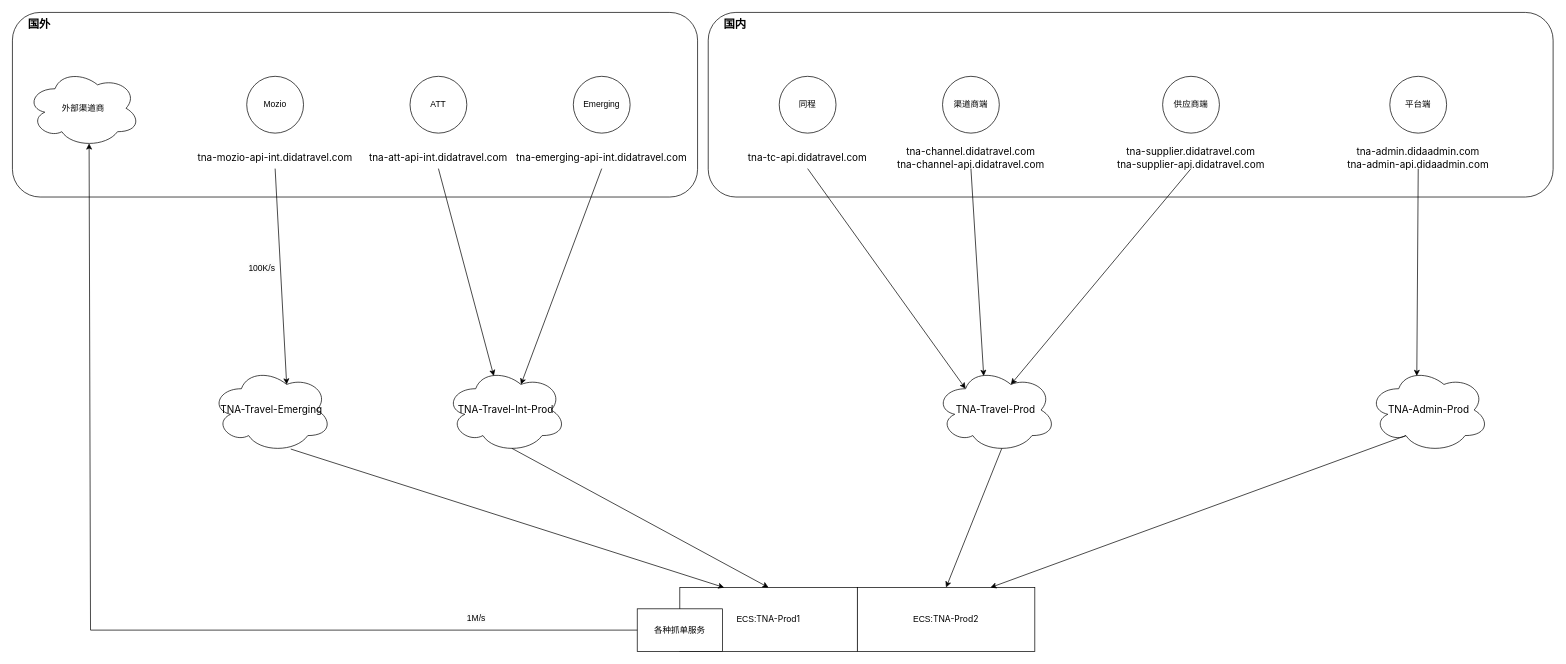
Above: images/网络拓扑图.drawio in youngsapling/kappak (draw.io), before the change. Source tidied: cells renumbered, new cells numbered last; positions are measured from the earlier drawing's top-left corner, leaving out a move shared by most shapes. Both pictures are drawn from the tidied source at 71%, with x=0, y=0 at pixel (12, 12).
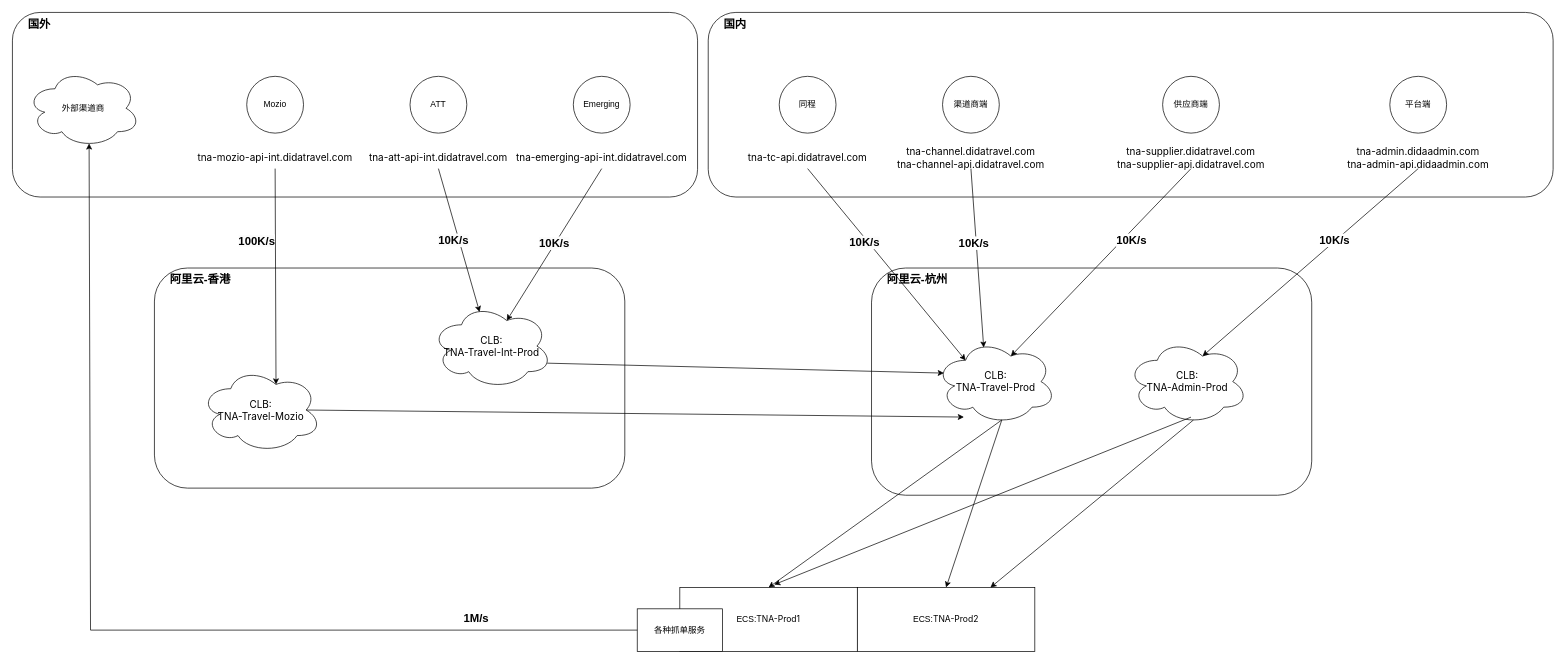
After the change.

Commit message:
更新网络拓扑图.drawio

The change refers to these unchanged cells:
```xml
<mxCell id="13" value="&lt;div style=&quot;font-size: 14px;&quot;&gt;&lt;div style=&quot;white-space: pre;&quot;&gt;&lt;span style=&quot;font-family: MonospacedNumber, LarkHackSafariFont, LarkEmojiFont, LarkChineseQuote, -apple-system, BlinkMacSystemFont, &amp;quot;Helvetica Neue&amp;quot;, Tahoma, &amp;quot;PingFang SC&amp;quot;, &amp;quot;Microsoft Yahei&amp;quot;, Arial, &amp;quot;Hiragino Sans GB&amp;quot;, sans-serif, &amp;quot;Apple Color Emoji&amp;quot;, &amp;quot;Segoe UI Emoji&amp;quot;, &amp;quot;Segoe UI Symbol&amp;quot;, &amp;quot;Noto Color Emoji&amp;quot;; background-color: initial;&quot;&gt;tna-admin&lt;/span&gt;&lt;span style=&quot;font-family: MonospacedNumber, LarkHackSafariFont, LarkEmojiFont, LarkChineseQuote, -apple-system, BlinkMacSystemFont, &amp;quot;Helvetica Neue&amp;quot;, Tahoma, &amp;quot;PingFang SC&amp;quot;, &amp;quot;Microsoft Yahei&amp;quot;, Arial, &amp;quot;Hiragino Sans GB&amp;quot;, sans-serif, &amp;quot;Apple Color Emoji&amp;quot;, &amp;quot;Segoe UI Emoji&amp;quot;, &amp;quot;Segoe UI Symbol&amp;quot;, &amp;quot;Noto Color Emoji&amp;quot;;&quot;&gt;.&lt;/span&gt;&lt;span style=&quot;font-family: MonospacedNumber, LarkHackSafariFont, LarkEmojiFont, LarkChineseQuote, -apple-system, BlinkMacSystemFont, &amp;quot;Helvetica Neue&amp;quot;, Tahoma, &amp;quot;PingFang SC&amp;quot;, &amp;quot;Microsoft Yahei&amp;quot;, Arial, &amp;quot;Hiragino Sans GB&amp;quot;, sans-serif, &amp;quot;Apple Color Emoji&amp;quot;, &amp;quot;Segoe UI Emoji&amp;quot;, &amp;quot;Segoe UI Symbol&amp;quot;, &amp;quot;Noto Color Emoji&amp;quot;;&quot;&gt;didaadmin.com&lt;/span&gt;&lt;/div&gt;&lt;div style=&quot;white-space: pre;&quot;&gt;&lt;div&gt;&lt;span style=&quot;font-family: MonospacedNumber, LarkHackSafariFont, LarkEmojiFont, LarkChineseQuote, -apple-system, BlinkMacSystemFont, &amp;quot;Helvetica Neue&amp;quot;, Tahoma, &amp;quot;PingFang SC&amp;quot;, &amp;quot;Microsoft Yahei&amp;quot;, Arial, &amp;quot;Hiragino Sans GB&amp;quot;, sans-serif, &amp;quot;Apple Color Emoji&amp;quot;, &amp;quot;Segoe UI Emoji&amp;quot;, &amp;quot;Segoe UI Symbol&amp;quot;, &amp;quot;Noto Color Emoji&amp;quot;; background-color: initial;&quot;&gt;tna-admin-api&lt;/span&gt;&lt;span style=&quot;font-family: MonospacedNumber, LarkHackSafariFont, LarkEmojiFont, LarkChineseQuote, -apple-system, BlinkMacSystemFont, &amp;quot;Helvetica Neue&amp;quot;, Tahoma, &amp;quot;PingFang SC&amp;quot;, &amp;quot;Microsoft Yahei&amp;quot;, Arial, &amp;quot;Hiragino Sans GB&amp;quot;, sans-serif, &amp;quot;Apple Color Emoji&amp;quot;, &amp;quot;Segoe UI Emoji&amp;quot;, &amp;quot;Segoe UI Symbol&amp;quot;, &amp;quot;Noto Color Emoji&amp;quot;;&quot;&gt;.&lt;/span&gt;&lt;span style=&quot;font-family: MonospacedNumber, LarkHackSafariFont, LarkEmojiFont, LarkChineseQuote, -apple-system, BlinkMacSystemFont, &amp;quot;Helvetica Neue&amp;quot;, Tahoma, &amp;quot;PingFang SC&amp;quot;, &amp;quot;Microsoft Yahei&amp;quot;, Arial, &amp;quot;Hiragino Sans GB&amp;quot;, sans-serif, &amp;quot;Apple Color Emoji&amp;quot;, &amp;quot;Segoe UI Emoji&amp;quot;, &amp;quot;Segoe UI Symbol&amp;quot;, &amp;quot;Noto Color Emoji&amp;quot;;&quot;&gt;didaadmin.com&lt;/span&gt;&lt;/div&gt;&lt;/div&gt;&lt;/div&gt;" style="text;html=1;align=center;verticalAlign=middle;whiteSpace=wrap;rounded=0;" parent="1" vertex="1">
  <mxGeometry x="1875" y="190" width="210" height="30" as="geometry" />
</mxCell>
<mxCell id="23" style="endArrow=classic;html=1;rounded=0;exitX=0.5;exitY=1;exitDx=0;exitDy=0;entryX=0.4;entryY=0.1;entryDx=0;entryDy=0;entryPerimeter=0;" parent="1" edge="1" source="11" target="19">
  <mxGeometry relative="1" as="geometry" />
</mxCell>
<mxCell id="27" style="endArrow=classic;html=1;rounded=0;exitX=0.5;exitY=1;exitDx=0;exitDy=0;entryX=0.625;entryY=0.2;entryDx=0;entryDy=0;entryPerimeter=0;" parent="1" edge="1" source="17" target="29">
  <mxGeometry relative="1" as="geometry" />
</mxCell>
<mxCell id="30" value="ECS:&lt;span style=&quot;font-family: -apple-system, BlinkMacSystemFont, &amp;quot;Segoe UI&amp;quot;, &amp;quot;PingFang SC&amp;quot;, &amp;quot;Hiragino Sans GB&amp;quot;, &amp;quot;Microsoft YaHei&amp;quot;, &amp;quot;Helvetica Neue&amp;quot;, Helvetica, Arial, sans-serif; text-align: start; white-space: pre;&quot;&gt;TNA-Prod1&lt;/span&gt;" style="rounded=0;whiteSpace=wrap;html=1;" parent="1" vertex="1">
  <mxGeometry x="940" y="810" width="250" height="90" as="geometry" />
</mxCell>
<mxCell id="31" value="ECS:&lt;span style=&quot;font-family: -apple-system, BlinkMacSystemFont, &amp;quot;Segoe UI&amp;quot;, &amp;quot;PingFang SC&amp;quot;, &amp;quot;Hiragino Sans GB&amp;quot;, &amp;quot;Microsoft YaHei&amp;quot;, &amp;quot;Helvetica Neue&amp;quot;, Helvetica, Arial, sans-serif; text-align: start; white-space: pre;&quot;&gt;TNA-Prod2&lt;/span&gt;" style="rounded=0;whiteSpace=wrap;html=1;" parent="1" vertex="1">
  <mxGeometry x="1190" y="810" width="250" height="90" as="geometry" />
</mxCell>
```

Change to the diagram source:
```diff
@@
+    <mxCell id="40" value="&lt;font style=&quot;font-size: 16px;&quot;&gt;&lt;b&gt;阿里云-杭州&lt;/b&gt;&lt;/font&gt;" style="rounded=1;whiteSpace=wrap;html=1;align=left;verticalAlign=top;spacingLeft=20;" parent="1" vertex="1">
+      <mxGeometry x="1210" y="360" width="620" height="320" as="geometry" />
+    </mxCell>
+    <mxCell id="41" value="&lt;font style=&quot;font-size: 16px;&quot;&gt;&lt;b&gt;阿里云-香港&lt;/b&gt;&lt;/font&gt;" style="rounded=1;whiteSpace=wrap;html=1;align=left;verticalAlign=top;spacingLeft=20;" parent="1" vertex="1">
+      <mxGeometry x="200" y="360" width="662.5" height="310" as="geometry" />
+    </mxCell>
@@
-    <mxCell id="18" value="&lt;div style=&quot;font-size: 14px;&quot;&gt;&lt;div style=&quot;white-space: pre;&quot;&gt;&lt;span style=&quot;font-family: MonospacedNumber, LarkHackSafariFont, LarkEmojiFont, LarkChineseQuote, -apple-system, BlinkMacSystemFont, &amp;quot;Helvetica Neue&amp;quot;, Tahoma, &amp;quot;PingFang SC&amp;quot;, &amp;quot;Microsoft Yahei&amp;quot;, Arial, &amp;quot;Hiragino Sans GB&amp;quot;, sans-serif, &amp;quot;Apple Color Emoji&amp;quot;, &amp;quot;Segoe UI Emoji&amp;quot;, &amp;quot;Segoe UI Symbol&amp;quot;, &amp;quot;Noto Color Emoji&amp;quot;;&quot;&gt;TNA-Admin-Prod&lt;/span&gt;&lt;/div&gt;&lt;/div&gt;" style="ellipse;shape=cloud;whiteSpace=wrap;html=1;" parent="1" vertex="1">
-      <mxGeometry x="1910" y="500" width="170" height="120" as="geometry" />
+    <mxCell id="18" value="&lt;div style=&quot;font-size: 14px;&quot;&gt;&lt;div style=&quot;white-space: pre;&quot;&gt;&lt;span style=&quot;font-family: MonospacedNumber, LarkHackSafariFont, LarkEmojiFont, LarkChineseQuote, -apple-system, BlinkMacSystemFont, &amp;quot;Helvetica Neue&amp;quot;, Tahoma, &amp;quot;PingFang SC&amp;quot;, &amp;quot;Microsoft Yahei&amp;quot;, Arial, &amp;quot;Hiragino Sans GB&amp;quot;, sans-serif, &amp;quot;Apple Color Emoji&amp;quot;, &amp;quot;Segoe UI Emoji&amp;quot;, &amp;quot;Segoe UI Symbol&amp;quot;, &amp;quot;Noto Color Emoji&amp;quot;;&quot;&gt;CLB:&lt;/span&gt;&lt;/div&gt;&lt;div style=&quot;white-space: pre;&quot;&gt;&lt;span style=&quot;font-family: MonospacedNumber, LarkHackSafariFont, LarkEmojiFont, LarkChineseQuote, -apple-system, BlinkMacSystemFont, &amp;quot;Helvetica Neue&amp;quot;, Tahoma, &amp;quot;PingFang SC&amp;quot;, &amp;quot;Microsoft Yahei&amp;quot;, Arial, &amp;quot;Hiragino Sans GB&amp;quot;, sans-serif, &amp;quot;Apple Color Emoji&amp;quot;, &amp;quot;Segoe UI Emoji&amp;quot;, &amp;quot;Segoe UI Symbol&amp;quot;, &amp;quot;Noto Color Emoji&amp;quot;;&quot;&gt;TNA-Admin-Prod&lt;/span&gt;&lt;/div&gt;&lt;/div&gt;" style="ellipse;shape=cloud;whiteSpace=wrap;html=1;" parent="1" vertex="1">
+      <mxGeometry x="1570" y="460" width="170" height="120" as="geometry" />
     </mxCell>
-    <mxCell id="19" value="&lt;div style=&quot;font-size: 14px;&quot;&gt;&lt;div style=&quot;white-space: pre;&quot;&gt;&lt;div&gt;&lt;div&gt;&lt;span style=&quot;font-family: MonospacedNumber, LarkHackSafariFont, LarkEmojiFont, LarkChineseQuote, -apple-system, BlinkMacSystemFont, &amp;quot;Helvetica Neue&amp;quot;, Tahoma, &amp;quot;PingFang SC&amp;quot;, &amp;quot;Microsoft Yahei&amp;quot;, Arial, &amp;quot;Hiragino Sans GB&amp;quot;, sans-serif, &amp;quot;Apple Color Emoji&amp;quot;, &amp;quot;Segoe UI Emoji&amp;quot;, &amp;quot;Segoe UI Symbol&amp;quot;, &amp;quot;Noto Color Emoji&amp;quot;;&quot;&gt;TNA-Travel-Prod&lt;/span&gt;&lt;/div&gt;&lt;/div&gt;&lt;/div&gt;&lt;/div&gt;" style="ellipse;shape=cloud;whiteSpace=wrap;html=1;" parent="1" vertex="1">
-      <mxGeometry x="1300" y="500" width="170" height="120" as="geometry" />
+    <mxCell id="19" value="&lt;div style=&quot;font-size: 14px;&quot;&gt;&lt;div style=&quot;white-space: pre;&quot;&gt;&lt;div&gt;&lt;div&gt;&lt;span style=&quot;font-family: MonospacedNumber, LarkHackSafariFont, LarkEmojiFont, LarkChineseQuote, -apple-system, BlinkMacSystemFont, &amp;quot;Helvetica Neue&amp;quot;, Tahoma, &amp;quot;PingFang SC&amp;quot;, &amp;quot;Microsoft Yahei&amp;quot;, Arial, &amp;quot;Hiragino Sans GB&amp;quot;, sans-serif, &amp;quot;Apple Color Emoji&amp;quot;, &amp;quot;Segoe UI Emoji&amp;quot;, &amp;quot;Segoe UI Symbol&amp;quot;, &amp;quot;Noto Color Emoji&amp;quot;;&quot;&gt;CLB:&lt;/span&gt;&lt;/div&gt;&lt;div&gt;&lt;span style=&quot;font-family: MonospacedNumber, LarkHackSafariFont, LarkEmojiFont, LarkChineseQuote, -apple-system, BlinkMacSystemFont, &amp;quot;Helvetica Neue&amp;quot;, Tahoma, &amp;quot;PingFang SC&amp;quot;, &amp;quot;Microsoft Yahei&amp;quot;, Arial, &amp;quot;Hiragino Sans GB&amp;quot;, sans-serif, &amp;quot;Apple Color Emoji&amp;quot;, &amp;quot;Segoe UI Emoji&amp;quot;, &amp;quot;Segoe UI Symbol&amp;quot;, &amp;quot;Noto Color Emoji&amp;quot;;&quot;&gt;TNA-Travel-Prod&lt;/span&gt;&lt;/div&gt;&lt;/div&gt;&lt;/div&gt;&lt;/div&gt;" style="ellipse;shape=cloud;whiteSpace=wrap;html=1;" parent="1" vertex="1">
+      <mxGeometry x="1300" y="460" width="170" height="120" as="geometry" />
     </mxCell>
-    <mxCell id="20" value="&lt;div style=&quot;font-size: 14px;&quot;&gt;&lt;div style=&quot;white-space: pre;&quot;&gt;&lt;div&gt;&lt;div&gt;&lt;div&gt;&lt;span style=&quot;font-family: MonospacedNumber, LarkHackSafariFont, LarkEmojiFont, LarkChineseQuote, -apple-system, BlinkMacSystemFont, &amp;quot;Helvetica Neue&amp;quot;, Tahoma, &amp;quot;PingFang SC&amp;quot;, &amp;quot;Microsoft Yahei&amp;quot;, Arial, &amp;quot;Hiragino Sans GB&amp;quot;, sans-serif, &amp;quot;Apple Color Emoji&amp;quot;, &amp;quot;Segoe UI Emoji&amp;quot;, &amp;quot;Segoe UI Symbol&amp;quot;, &amp;quot;Noto Color Emoji&amp;quot;;&quot;&gt;TNA-Travel-Int-Prod&lt;/span&gt;&lt;/div&gt;&lt;/div&gt;&lt;/div&gt;&lt;/div&gt;&lt;/div&gt;" style="ellipse;shape=cloud;whiteSpace=wrap;html=1;" parent="1" vertex="1">
-      <mxGeometry x="610" y="500" width="170" height="120" as="geometry" />
+    <mxCell id="20" value="&lt;div style=&quot;font-size: 14px;&quot;&gt;&lt;div style=&quot;white-space: pre;&quot;&gt;&lt;div&gt;&lt;div&gt;&lt;div&gt;&lt;span style=&quot;font-family: MonospacedNumber, LarkHackSafariFont, LarkEmojiFont, LarkChineseQuote, -apple-system, BlinkMacSystemFont, &amp;quot;Helvetica Neue&amp;quot;, Tahoma, &amp;quot;PingFang SC&amp;quot;, &amp;quot;Microsoft Yahei&amp;quot;, Arial, &amp;quot;Hiragino Sans GB&amp;quot;, sans-serif, &amp;quot;Apple Color Emoji&amp;quot;, &amp;quot;Segoe UI Emoji&amp;quot;, &amp;quot;Segoe UI Symbol&amp;quot;, &amp;quot;Noto Color Emoji&amp;quot;;&quot;&gt;CLB:&lt;/span&gt;&lt;/div&gt;&lt;div&gt;&lt;span style=&quot;font-family: MonospacedNumber, LarkHackSafariFont, LarkEmojiFont, LarkChineseQuote, -apple-system, BlinkMacSystemFont, &amp;quot;Helvetica Neue&amp;quot;, Tahoma, &amp;quot;PingFang SC&amp;quot;, &amp;quot;Microsoft Yahei&amp;quot;, Arial, &amp;quot;Hiragino Sans GB&amp;quot;, sans-serif, &amp;quot;Apple Color Emoji&amp;quot;, &amp;quot;Segoe UI Emoji&amp;quot;, &amp;quot;Segoe UI Symbol&amp;quot;, &amp;quot;Noto Color Emoji&amp;quot;;&quot;&gt;TNA-Travel-Int-Prod&lt;/span&gt;&lt;/div&gt;&lt;/div&gt;&lt;/div&gt;&lt;/div&gt;&lt;/div&gt;" style="ellipse;shape=cloud;whiteSpace=wrap;html=1;" parent="1" vertex="1">
+      <mxGeometry x="590" y="410" width="170" height="120" as="geometry" />
     </mxCell>
-    <mxCell id="21" style="endArrow=classic;html=1;rounded=0;exitX=0.5;exitY=1;exitDx=0;exitDy=0;entryX=0.4;entryY=0.1;entryDx=0;entryDy=0;entryPerimeter=0;" parent="1" edge="1" source="13" target="18">
+    <mxCell id="21" style="endArrow=classic;html=1;rounded=0;exitX=0.5;exitY=1;exitDx=0;exitDy=0;entryX=0.625;entryY=0.2;entryDx=0;entryDy=0;entryPerimeter=0;" parent="1" edge="1" source="13" target="18">
       <mxGeometry relative="1" as="geometry" />
     </mxCell>
@@
+    <mxCell id="42" value="10K/s" style="edgeLabel;html=1;align=center;verticalAlign=middle;fontSize=16;fontStyle=1;" parent="23" vertex="1">
+      <mxGeometry x="-0.22" y="-4" relative="1" as="geometry">
+        <mxPoint y="5" as="offset" />
+      </mxGeometry>
+    </mxCell>
@@
-    <mxCell id="28" value="&lt;span style=&quot;font-size: 12px; text-wrap: wrap; background-color: rgb(251, 251, 251);&quot;&gt;100K/s&lt;/span&gt;" style="edgeLabel;html=1;align=center;verticalAlign=middle;" parent="27" vertex="1">
+    <mxCell id="28" value="&lt;span style=&quot;font-size: 16px; text-wrap: wrap; background-color: rgb(251, 251, 251);&quot;&gt;100K/s&lt;/span&gt;" style="edgeLabel;html=1;align=center;verticalAlign=middle;fontSize=16;fontStyle=1;" parent="27" vertex="1">
       <mxGeometry x="-0.1" y="-3" relative="1" as="geometry">
-        <mxPoint x="-24" y="3" as="offset" />
+        <mxPoint x="-24" y="-36" as="offset" />
       </mxGeometry>
     </mxCell>
-    <mxCell id="29" value="&lt;div style=&quot;font-size: 14px;&quot;&gt;&lt;div style=&quot;white-space: pre;&quot;&gt;&lt;div&gt;&lt;div&gt;&lt;div&gt;&lt;span style=&quot;font-family: MonospacedNumber, LarkHackSafariFont, LarkEmojiFont, LarkChineseQuote, -apple-system, BlinkMacSystemFont, &amp;quot;Helvetica Neue&amp;quot;, Tahoma, &amp;quot;PingFang SC&amp;quot;, &amp;quot;Microsoft Yahei&amp;quot;, Arial, &amp;quot;Hiragino Sans GB&amp;quot;, sans-serif, &amp;quot;Apple Color Emoji&amp;quot;, &amp;quot;Segoe UI Emoji&amp;quot;, &amp;quot;Segoe UI Symbol&amp;quot;, &amp;quot;Noto Color Emoji&amp;quot;;&quot;&gt;TNA-Travel-Emerging&lt;/span&gt;&lt;/div&gt;&lt;/div&gt;&lt;/div&gt;&lt;/div&gt;&lt;/div&gt;" style="ellipse;shape=cloud;whiteSpace=wrap;html=1;" parent="1" vertex="1">
-      <mxGeometry x="280" y="500" width="170" height="120" as="geometry" />
+    <mxCell id="29" value="&lt;div style=&quot;font-size: 14px;&quot;&gt;&lt;div style=&quot;white-space: pre;&quot;&gt;&lt;div&gt;&lt;div&gt;&lt;div&gt;&lt;span style=&quot;font-family: MonospacedNumber, LarkHackSafariFont, LarkEmojiFont, LarkChineseQuote, -apple-system, BlinkMacSystemFont, &amp;quot;Helvetica Neue&amp;quot;, Tahoma, &amp;quot;PingFang SC&amp;quot;, &amp;quot;Microsoft Yahei&amp;quot;, Arial, &amp;quot;Hiragino Sans GB&amp;quot;, sans-serif, &amp;quot;Apple Color Emoji&amp;quot;, &amp;quot;Segoe UI Emoji&amp;quot;, &amp;quot;Segoe UI Symbol&amp;quot;, &amp;quot;Noto Color Emoji&amp;quot;;&quot;&gt;CLB:&lt;/span&gt;&lt;/div&gt;&lt;div&gt;&lt;span style=&quot;font-family: MonospacedNumber, LarkHackSafariFont, LarkEmojiFont, LarkChineseQuote, -apple-system, BlinkMacSystemFont, &amp;quot;Helvetica Neue&amp;quot;, Tahoma, &amp;quot;PingFang SC&amp;quot;, &amp;quot;Microsoft Yahei&amp;quot;, Arial, &amp;quot;Hiragino Sans GB&amp;quot;, sans-serif, &amp;quot;Apple Color Emoji&amp;quot;, &amp;quot;Segoe UI Emoji&amp;quot;, &amp;quot;Segoe UI Symbol&amp;quot;, &amp;quot;Noto Color Emoji&amp;quot;;&quot;&gt;TNA-Travel-Mozio&lt;/span&gt;&lt;/div&gt;&lt;/div&gt;&lt;/div&gt;&lt;/div&gt;&lt;/div&gt;" style="ellipse;shape=cloud;whiteSpace=wrap;html=1;" parent="1" vertex="1">
+      <mxGeometry x="265" y="500" width="170" height="120" as="geometry" />
     </mxCell>
@@
-    <mxCell id="32" style="endArrow=classic;html=1;rounded=0;exitX=0.659;exitY=0.958;exitDx=0;exitDy=0;exitPerimeter=0;entryX=0.25;entryY=0;entryDx=0;entryDy=0;" parent="1" edge="1" source="29" target="30">
-      <mxGeometry relative="1" as="geometry" />
-    </mxCell>
-    <mxCell id="33" style="endArrow=classic;html=1;rounded=0;exitX=0.55;exitY=0.95;exitDx=0;exitDy=0;exitPerimeter=0;entryX=0.5;entryY=0;entryDx=0;entryDy=0;" parent="1" edge="1" source="20" target="30">
-      <mxGeometry relative="1" as="geometry" />
-    </mxCell>
@@
-    <mxCell id="35" style="endArrow=classic;html=1;rounded=0;exitX=0.31;exitY=0.8;exitDx=0;exitDy=0;exitPerimeter=0;entryX=0.75;entryY=0;entryDx=0;entryDy=0;" parent="1" edge="1" source="18" target="31">
+    <mxCell id="35" style="endArrow=classic;html=1;rounded=0;exitX=0.55;exitY=0.95;exitDx=0;exitDy=0;exitPerimeter=0;entryX=0.75;entryY=0;entryDx=0;entryDy=0;" parent="1" edge="1" source="18" target="31">
       <mxGeometry relative="1" as="geometry" />
     </mxCell>
@@
-    <mxCell id="39" value="&lt;span style=&quot;font-size: 12px; text-wrap: wrap; background-color: rgb(251, 251, 251);&quot;&gt;1M/s&lt;/span&gt;" style="edgeLabel;html=1;align=center;verticalAlign=middle;" parent="1" vertex="1">
+    <mxCell id="39" value="&lt;span style=&quot;text-wrap: wrap; background-color: rgb(251, 251, 251);&quot;&gt;&lt;font style=&quot;font-size: 16px;&quot;&gt;&lt;b&gt;1M/s&lt;/b&gt;&lt;/font&gt;&lt;/span&gt;" style="edgeLabel;html=1;align=center;verticalAlign=middle;" parent="1" vertex="1">
       <mxGeometry x="1040" y="810" as="geometry">
         <mxPoint x="-388" y="42" as="offset" />
       </mxGeometry>
     </mxCell>
+    <mxCell id="43" style="endArrow=classic;html=1;rounded=0;exitX=0.96;exitY=0.7;exitDx=0;exitDy=0;exitPerimeter=0;entryX=0.07;entryY=0.4;entryDx=0;entryDy=0;entryPerimeter=0;" parent="1" edge="1" source="20" target="19">
+      <mxGeometry relative="1" as="geometry" />
+    </mxCell>
+    <mxCell id="44" style="endArrow=classic;html=1;rounded=0;entryX=0.21;entryY=0.656;entryDx=0;entryDy=0;entryPerimeter=0;exitX=0.875;exitY=0.5;exitDx=0;exitDy=0;exitPerimeter=0;" parent="1" edge="1" source="29" target="40">
+      <mxGeometry relative="1" as="geometry" />
+    </mxCell>
+    <mxCell id="45" style="endArrow=classic;html=1;rounded=0;exitX=0.55;exitY=0.95;exitDx=0;exitDy=0;exitPerimeter=0;entryX=0.5;entryY=0;entryDx=0;entryDy=0;" parent="1" edge="1" source="19" target="30">
+      <mxGeometry relative="1" as="geometry" />
+    </mxCell>
+    <mxCell id="46" style="endArrow=classic;html=1;rounded=0;exitX=0.529;exitY=0.917;exitDx=0;exitDy=0;exitPerimeter=0;entryX=0.532;entryY=-0.046;entryDx=0;entryDy=0;entryPerimeter=0;" parent="1" edge="1" source="18" target="30">
+      <mxGeometry relative="1" as="geometry" />
+    </mxCell>
+    <mxCell id="47" value="&lt;span style=&quot;font-size: 16px; text-wrap: wrap; background-color: rgb(251, 251, 251);&quot;&gt;10K/s&lt;/span&gt;" style="edgeLabel;html=1;align=center;verticalAlign=middle;fontSize=16;fontStyle=1;" parent="1" vertex="1">
+      <mxGeometry x="620" y="320" as="geometry" />
+    </mxCell>
+    <mxCell id="48" value="&lt;span style=&quot;font-size: 16px; text-wrap: wrap; background-color: rgb(251, 251, 251);&quot;&gt;10K/s&lt;/span&gt;" style="edgeLabel;html=1;align=center;verticalAlign=middle;fontSize=16;fontStyle=1;" parent="1" vertex="1">
+      <mxGeometry x="640" y="350" as="geometry">
+        <mxPoint x="122" y="-26" as="offset" />
+      </mxGeometry>
+    </mxCell>
+    <mxCell id="49" value="&lt;span style=&quot;font-size: 16px; text-wrap: wrap; background-color: rgb(251, 251, 251);&quot;&gt;10K/s&lt;/span&gt;" style="edgeLabel;html=1;align=center;verticalAlign=middle;fontSize=16;fontStyle=1;" parent="1" vertex="1">
+      <mxGeometry x="965" y="350" as="geometry">
+        <mxPoint x="234" y="-27" as="offset" />
+      </mxGeometry>
+    </mxCell>
+    <mxCell id="50" value="10K/s" style="edgeLabel;html=1;align=center;verticalAlign=middle;fontSize=16;fontStyle=1;" parent="1" vertex="1">
+      <mxGeometry x="1575" y="320" as="geometry" />
+    </mxCell>
+    <mxCell id="51" value="10K/s" style="edgeLabel;html=1;align=center;verticalAlign=middle;fontSize=16;fontStyle=1;" parent="1" vertex="1">
+      <mxGeometry x="1861" y="320" as="geometry" />
+    </mxCell>
```
